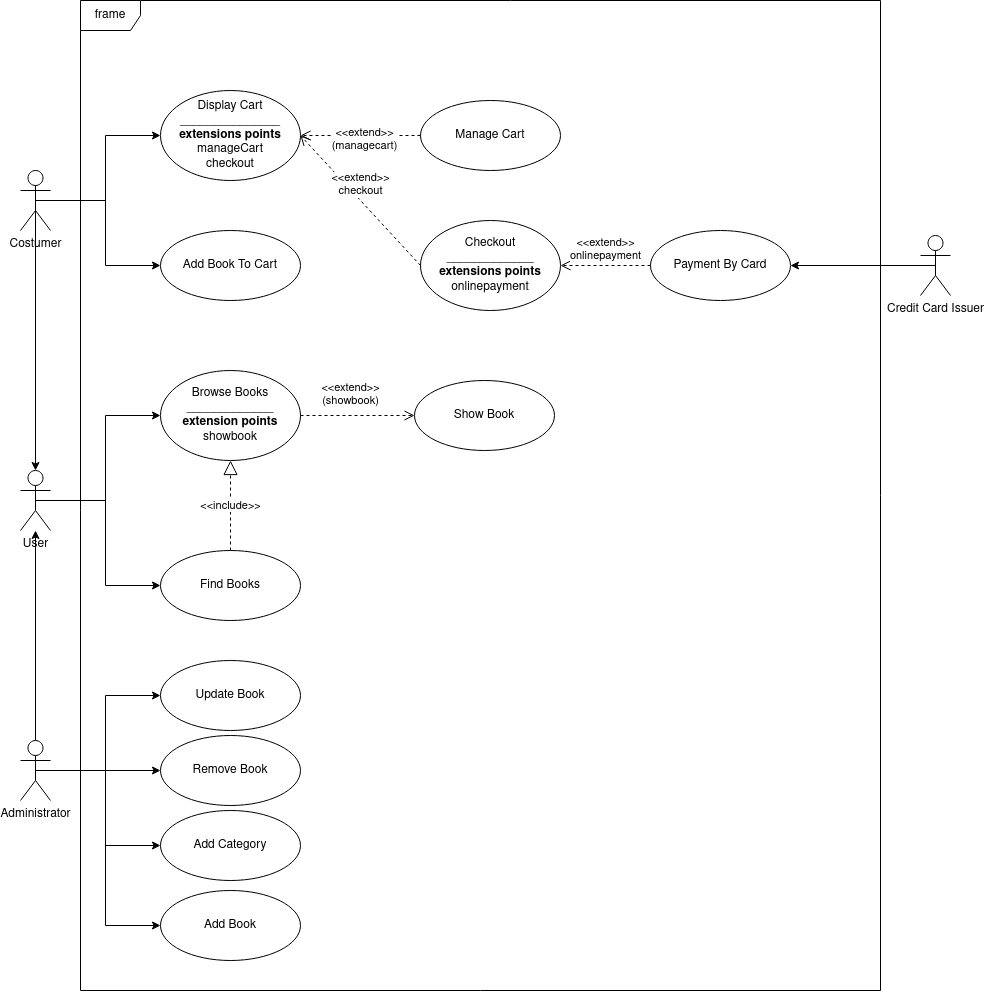
Above: models/usecase_book.png in umb-hub/BookStore (draw.io), before the change. Source tidied: cells renumbered, new cells last; positions are measured from the earlier drawing's top-left corner, leaving out a move shared by most shapes.
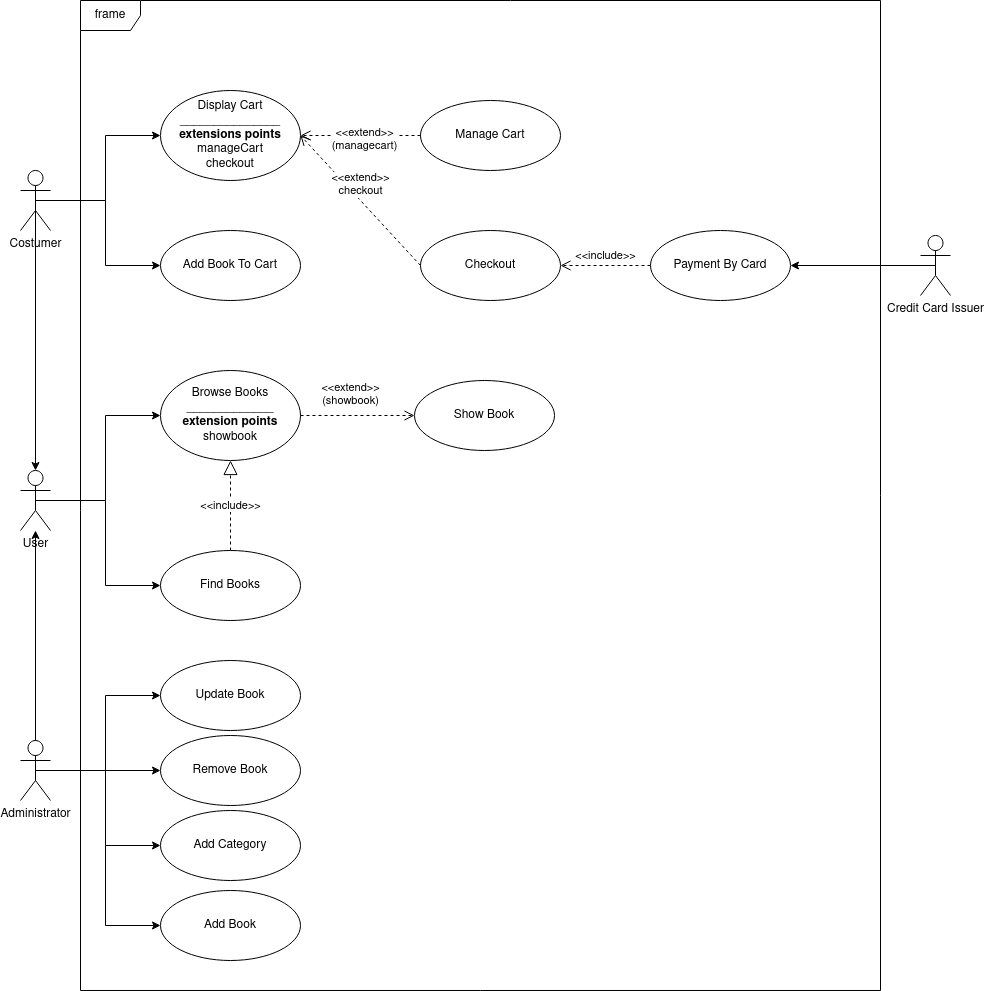
The same file after the commit.

The edit, as a diff of the source:
```diff
@@ -68,8 +68,8 @@
     <mxCell id="23" value="&lt;div&gt;Display Cart&lt;/div&gt;&lt;div&gt;_______________&lt;/div&gt;&lt;div&gt;&lt;b&gt;extensions points&lt;/b&gt;&lt;/div&gt;&lt;div&gt;manageCart&lt;/div&gt;&lt;div&gt;checkout&lt;br&gt;&lt;/div&gt;" style="ellipse;whiteSpace=wrap;html=1;" parent="1" vertex="1">
       <mxGeometry x="140" y="90" width="140" height="90" as="geometry" />
     </mxCell>
-    <mxCell id="24" value="&lt;div&gt;Checkout&lt;/div&gt;&lt;div&gt;_____________&lt;/div&gt;&lt;div&gt;&lt;b&gt;extensions points&lt;/b&gt;&lt;/div&gt;&lt;div&gt;onlinepayment&lt;br&gt;&lt;/div&gt;" style="ellipse;whiteSpace=wrap;html=1;" parent="1" vertex="1">
-      <mxGeometry x="400" y="220" width="140" height="90" as="geometry" />
+    <mxCell id="24" value="&lt;div&gt;Checkout&lt;/div&gt;" style="ellipse;whiteSpace=wrap;html=1;" parent="1" vertex="1">
+      <mxGeometry x="400" y="230" width="140" height="70" as="geometry" />
     </mxCell>
     <mxCell id="25" value="&lt;div&gt;&amp;lt;&amp;lt;extend&amp;gt;&amp;gt;&lt;/div&gt;&lt;div&gt;(managecart)&lt;br&gt;&lt;/div&gt;" style="html=1;verticalAlign=bottom;endArrow=open;dashed=1;endSize=8;entryX=1;entryY=0.5;entryDx=0;entryDy=0;exitX=0;exitY=0.5;exitDx=0;exitDy=0;" parent="1" edge="1" source="22" target="23">
       <mxGeometry x="-0.07" y="21" relative="1" as="geometry">
@@ -82,7 +82,7 @@
     <mxCell id="27" value="Payment By Card" style="ellipse;whiteSpace=wrap;html=1;" parent="1" vertex="1">
       <mxGeometry x="630" y="230" width="140" height="70" as="geometry" />
     </mxCell>
-    <mxCell id="28" value="&lt;div&gt;&amp;lt;&amp;lt;extend&amp;gt;&amp;gt;&lt;/div&gt;onlinepayment" style="html=1;verticalAlign=bottom;endArrow=open;dashed=1;endSize=8;entryX=1;entryY=0.5;entryDx=0;entryDy=0;exitX=0;exitY=0.5;exitDx=0;exitDy=0;" parent="1" edge="1" source="27" target="24">
+    <mxCell id="28" value="&lt;div&gt;&amp;lt;&amp;lt;include&amp;gt;&amp;gt;&lt;/div&gt;" style="html=1;verticalAlign=bottom;endArrow=open;dashed=1;endSize=8;entryX=1;entryY=0.5;entryDx=0;entryDy=0;exitX=0;exitY=0.5;exitDx=0;exitDy=0;" parent="1" edge="1" source="27" target="24">
       <mxGeometry relative="1" as="geometry" />
     </mxCell>
     <mxCell id="29" style="edgeStyle=orthogonalEdgeStyle;rounded=0;jettySize=auto;html=1;exitX=0.5;exitY=0.5;exitDx=0;exitDy=0;exitPerimeter=0;entryX=1;entryY=0.5;entryDx=0;entryDy=0;" parent="1" edge="1" source="30" target="27">
```
